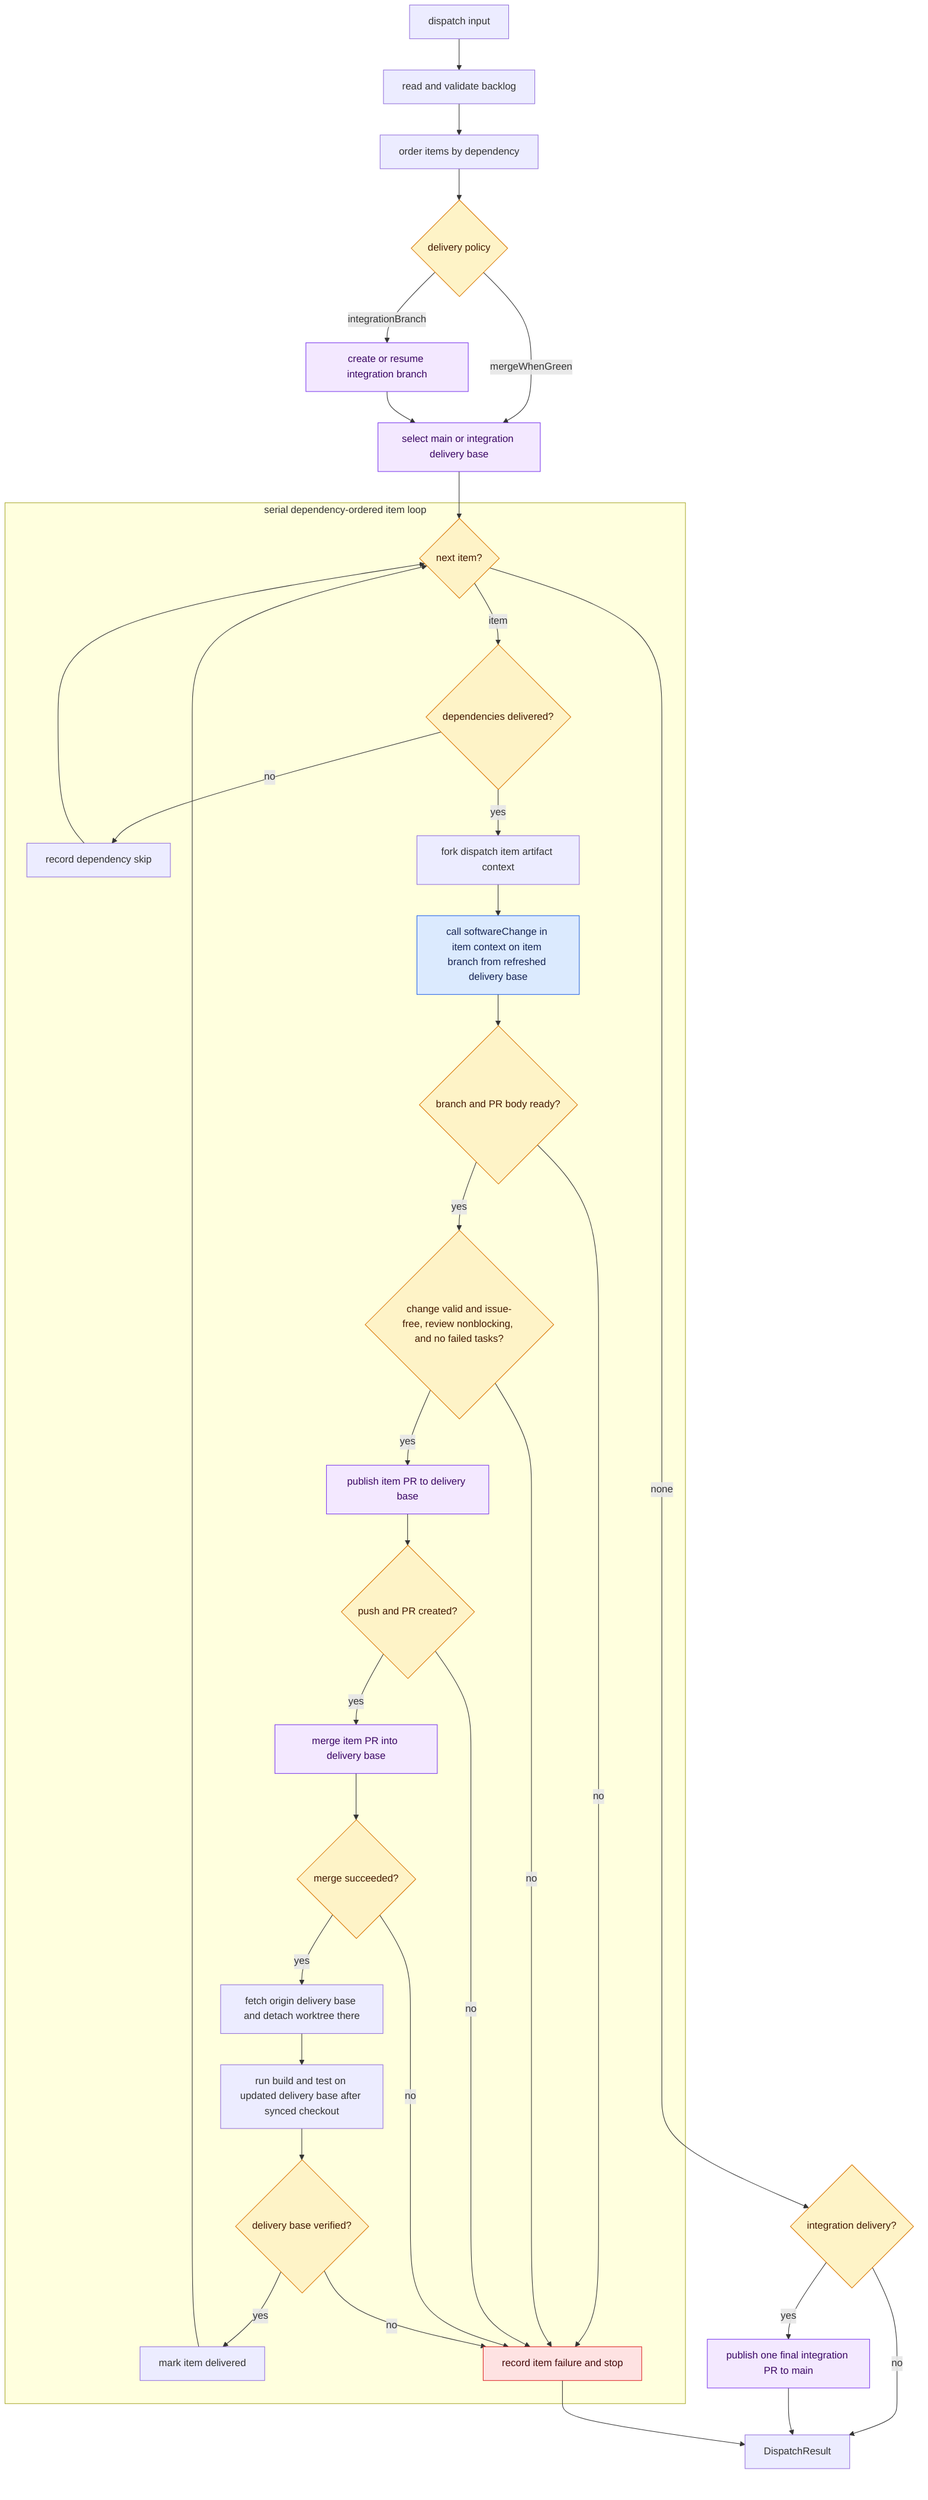
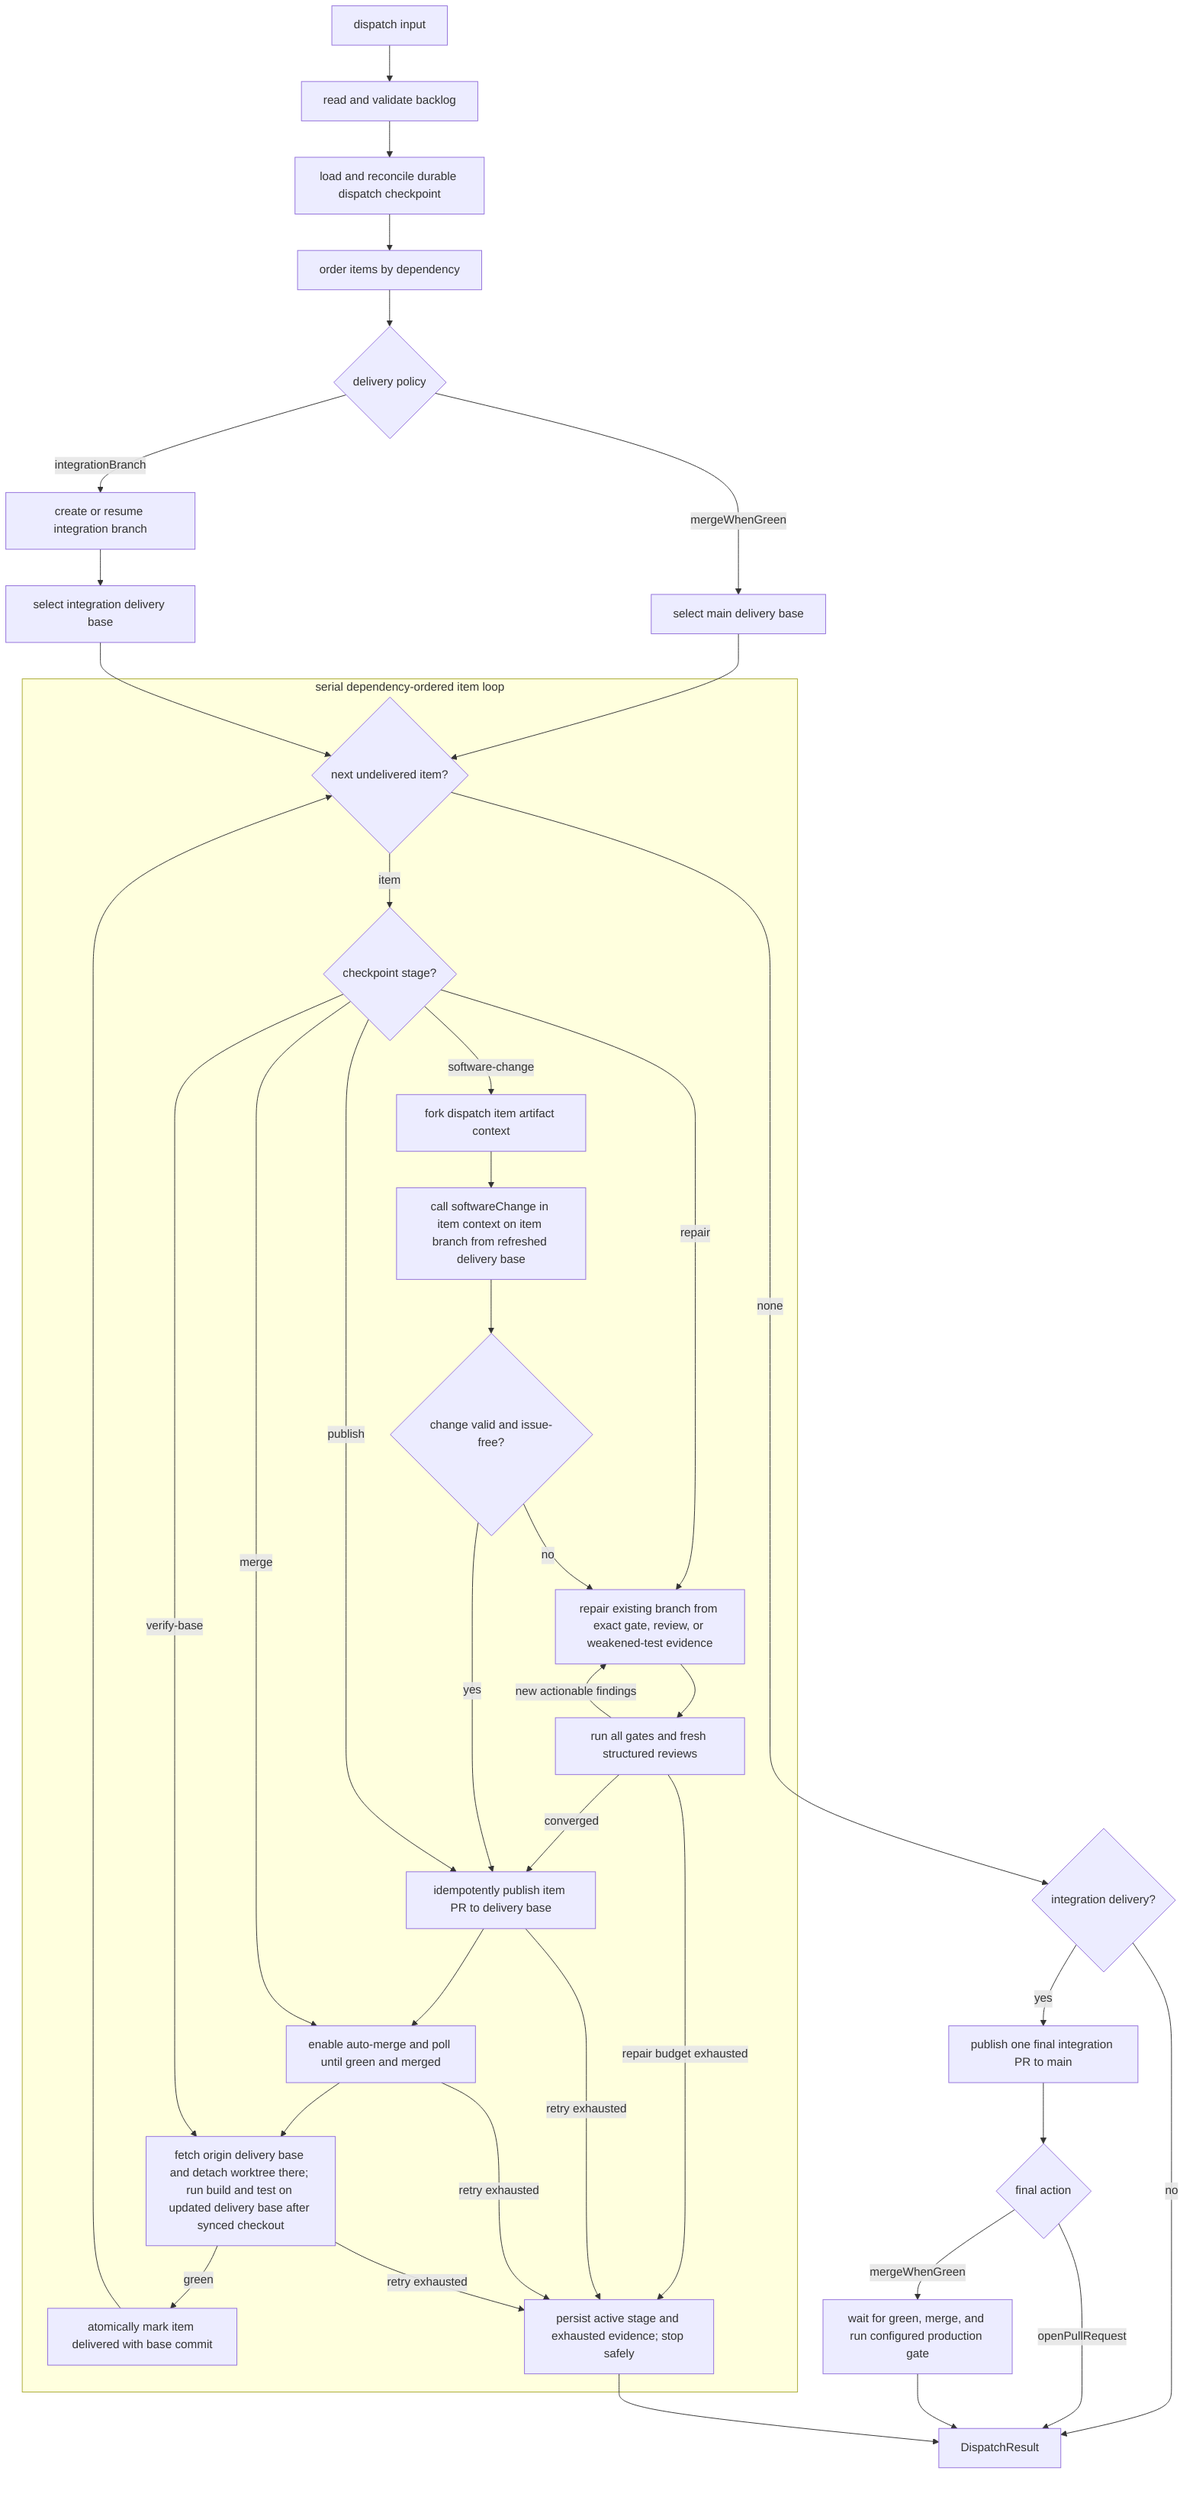
flowchart TD
-   Input["dispatch input"]
-   ReadBacklog["read and validate backlog"]
-   Order["order items by dependency"]
-   Policy{"delivery policy"}
-   PrepareIntegration["create or resume integration branch"]
-   DeliveryBase["select main or integration delivery base"]
- 
-   Input --> ReadBacklog
-   ReadBacklog --> Order
-   Order --> Policy
-   Policy -->|mergeWhenGreen| DeliveryBase
-   Policy -->|integrationBranch| PrepareIntegration
-   PrepareIntegration --> DeliveryBase
+   Input["dispatch input"] --> ReadBacklog["read and validate backlog"]
+   ReadBacklog --> State["load and reconcile durable dispatch checkpoint"]
+   State --> Order["order items by dependency"]
+   Order --> Policy{"delivery policy"}
+   Policy -->|mergeWhenGreen| DeliveryBase["select main delivery base"]
+   Policy -->|integrationBranch| PrepareIntegration["create or resume integration branch"]
+   PrepareIntegration --> DeliveryBase2["select integration delivery base"]
  DeliveryBase --> NextItem
+   DeliveryBase2 --> NextItem

  subgraph ItemLoop["serial dependency-ordered item loop"]
-     NextItem{"next item?"}
-     DependencyGate{"dependencies delivered?"}
-     DependencySkip["record dependency skip"]
+     NextItem{"next undelivered item?"}
+     Resume{"checkpoint stage?"}
    ItemContext["fork dispatch item artifact context"]
    SoftwareChange["call softwareChange in item context on item branch from refreshed delivery base"]
-     WorkflowReady{"branch and PR body ready?"}
-     ReviewGate{"change valid and issue-free, review nonblocking, and no failed tasks?"}
-     Publish["publish item PR to delivery base"]
-     PublishGate{"push and PR created?"}
-     Merge["merge item PR into delivery base"]
-     MergeGate{"merge succeeded?"}
-     SyncBase["fetch origin delivery base and detach worktree there"]
-     VerifyBase["run build and test on updated delivery base after synced checkout"]
-     BaseGate{"delivery base verified?"}
-     MarkDelivered["mark item delivered"]
-     ItemFailure["record item failure and stop"]
+     Ready{"change valid and issue-free?"}
+     Repair["repair existing branch from exact gate, review, or weakened-test evidence"]
+     VerifyRepair["run all gates and fresh structured reviews"]
+     Publish["idempotently publish item PR to delivery base"]
+     Merge["enable auto-merge and poll until green and merged"]
+     VerifyBase["fetch origin delivery base and detach worktree there; run build and test on updated delivery base after synced checkout"]
+     Persist["atomically mark item delivered with base commit"]
+     Stop["persist active stage and exhausted evidence; stop safely"]

-     NextItem -->|item| DependencyGate
-     DependencyGate -->|no| DependencySkip
-     DependencySkip --> NextItem
-     DependencyGate -->|yes| ItemContext
+     NextItem -->|item| Resume
+     Resume -->|software-change| ItemContext
    ItemContext --> SoftwareChange
-     SoftwareChange --> WorkflowReady
-     WorkflowReady -->|no| ItemFailure
-     WorkflowReady -->|yes| ReviewGate
-     ReviewGate -->|no| ItemFailure
-     ReviewGate -->|yes| Publish
-     Publish --> PublishGate
-     PublishGate -->|no| ItemFailure
-     PublishGate -->|yes| Merge
-     Merge --> MergeGate
-     MergeGate -->|no| ItemFailure
-     MergeGate -->|yes| SyncBase
-     SyncBase --> VerifyBase
-     VerifyBase --> BaseGate
-     BaseGate -->|no| ItemFailure
-     BaseGate -->|yes| MarkDelivered
-     MarkDelivered --> NextItem
+     SoftwareChange --> Ready
+     Resume -->|repair| Repair
+     Ready -->|no| Repair
+     Repair --> VerifyRepair
+     VerifyRepair -->|new actionable findings| Repair
+     VerifyRepair -->|repair budget exhausted| Stop
+     VerifyRepair -->|converged| Publish
+     Ready -->|yes| Publish
+     Resume -->|publish| Publish
+     Publish -->|retry exhausted| Stop
+     Publish --> Merge
+     Resume -->|merge| Merge
+     Merge -->|retry exhausted| Stop
+     Merge --> VerifyBase
+     Resume -->|verify-base| VerifyBase
+     VerifyBase -->|retry exhausted| Stop
+     VerifyBase -->|green| Persist
+     Persist --> NextItem
  end

-   NextItem -->|none| FinalPolicy
-   FinalPolicy{"integration delivery?"}
-   FinalPublish["publish one final integration PR to main"]
-   Result["DispatchResult"]
- 
-   FinalPolicy -->|no| Result
-   FinalPolicy -->|yes| FinalPublish
-   FinalPublish --> Result
-   ItemFailure --> Result
- 
-   classDef workflow fill:#dbeafe,stroke:#2563eb,color:#172554;
-   classDef gate fill:#fef3c7,stroke:#d97706,color:#451a03;
-   classDef policy fill:#f3e8ff,stroke:#7c3aed,color:#3b0764;
-   classDef failure fill:#fee2e2,stroke:#dc2626,color:#450a0a;
-   class SoftwareChange workflow;
-   class Policy,NextItem,DependencyGate,WorkflowReady,PublishGate,ReviewGate,MergeGate,BaseGate,FinalPolicy gate;
-   class PrepareIntegration,DeliveryBase,Publish,Merge,FinalPublish policy;
-   class ItemFailure failure;
+   NextItem -->|none| FinalPolicy{"integration delivery?"}
+   FinalPolicy -->|no| Result["DispatchResult"]
+   FinalPolicy -->|yes| FinalPublish["publish one final integration PR to main"]
+   FinalPublish --> FinalAction{"final action"}
+   FinalAction -->|openPullRequest| Result
+   FinalAction -->|mergeWhenGreen| FinalMerge["wait for green, merge, and run configured production gate"]
+   FinalMerge --> Result
+   Stop --> Result
